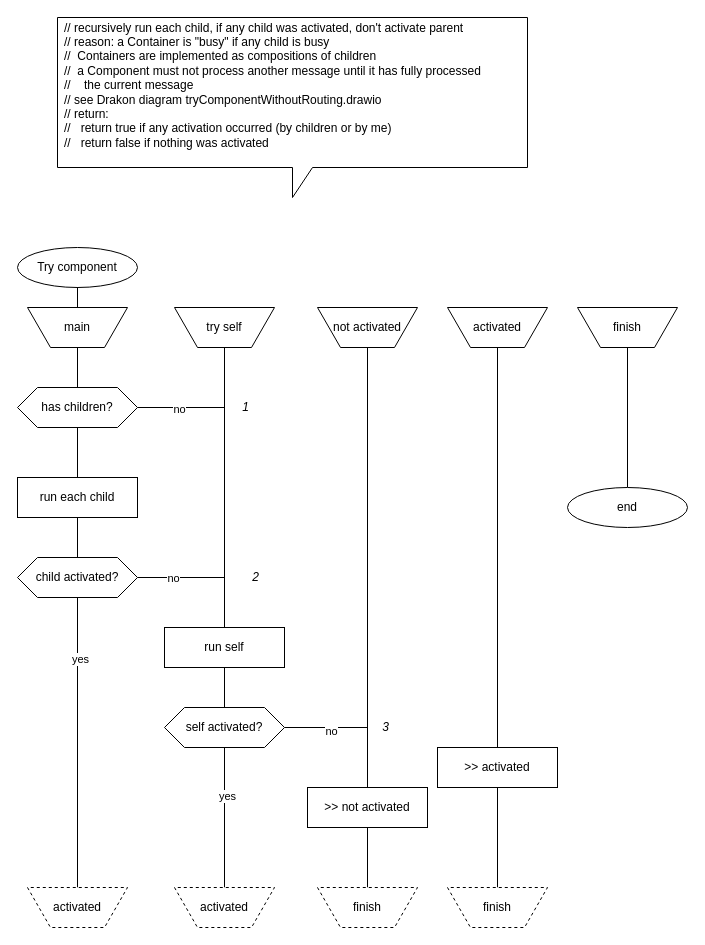
This is step.drawio from guitarvydas/duct, a draw.io file, before an edit. Source tidied: cells renumbered, new cells numbered last; positions are measured from the earlier drawing's top-left corner, leaving out a move shared by most shapes. Both pictures are drawn from the tidied source at 100%, with x=0, y=0 at pixel (17, 17).
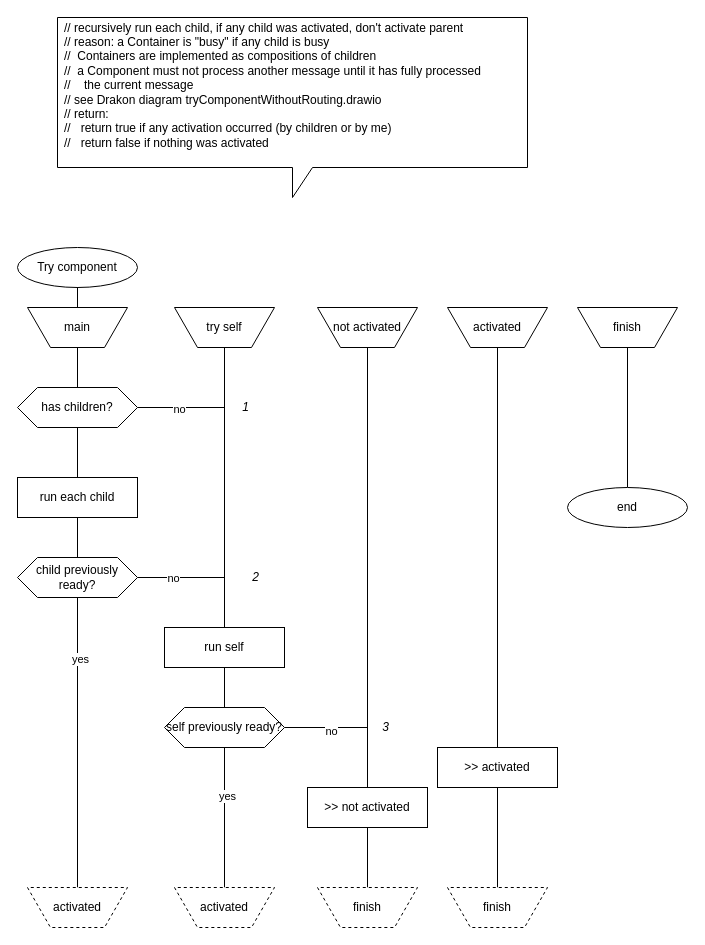
The same diagram, later.

The edit, as a diff of the source:
```diff
@@
-    <mxCell id="10" value="child activated?" style="shape=hexagon;perimeter=hexagonPerimeter2;whiteSpace=wrap;html=1;fixedSize=1;" parent="1" vertex="1">
+    <mxCell id="10" value="child previously ready?" style="shape=hexagon;perimeter=hexagonPerimeter2;whiteSpace=wrap;html=1;fixedSize=1;" parent="1" vertex="1">
       <mxGeometry y="540" width="120" height="40" as="geometry" />
     </mxCell>
@@
-    <mxCell id="33" value="self activated?" style="shape=hexagon;perimeter=hexagonPerimeter2;whiteSpace=wrap;html=1;fixedSize=1;" parent="1" vertex="1">
+    <mxCell id="33" value="self previously ready?" style="shape=hexagon;perimeter=hexagonPerimeter2;whiteSpace=wrap;html=1;fixedSize=1;" parent="1" vertex="1">
       <mxGeometry x="147" y="690" width="120" height="40" as="geometry" />
     </mxCell>
```
